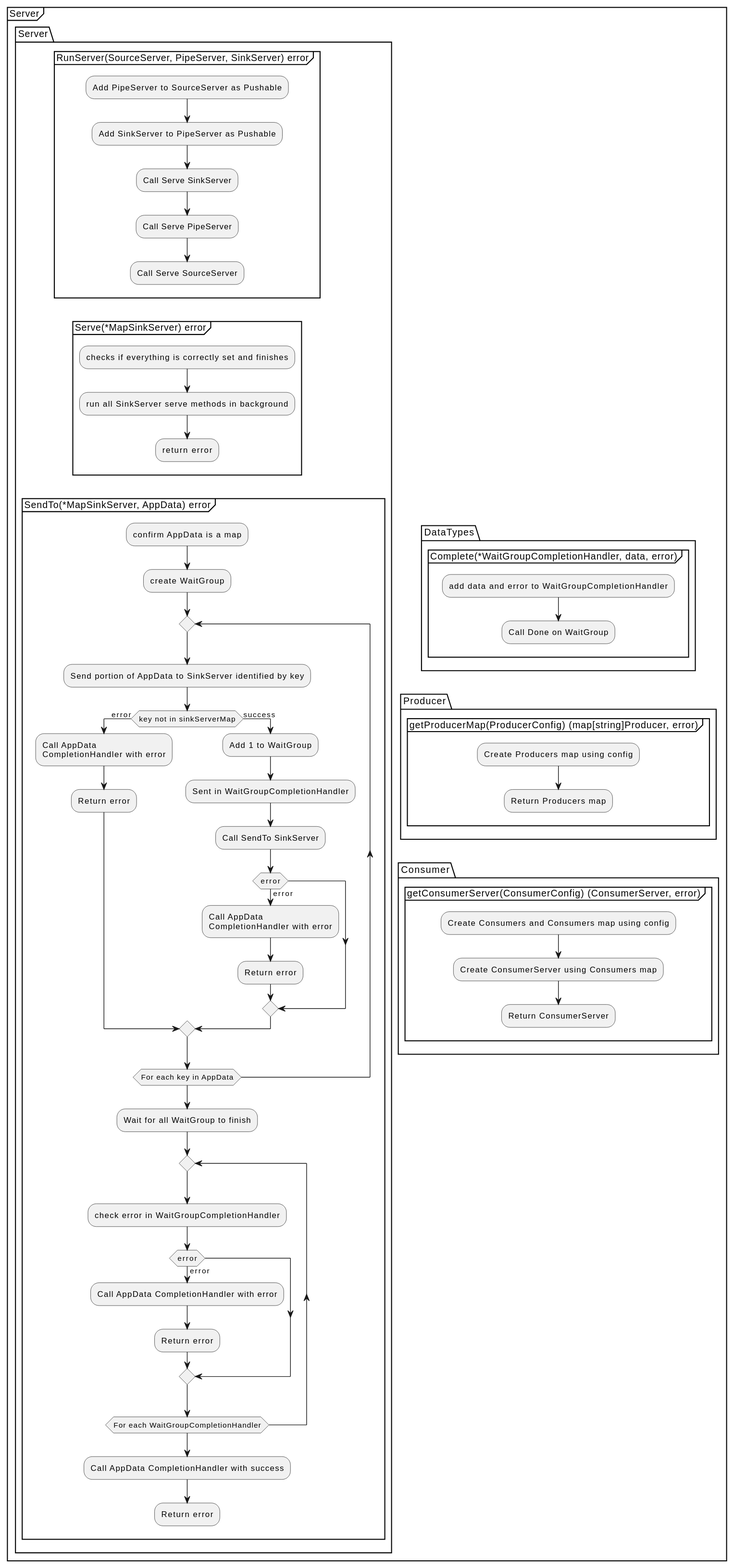
The PlantUML diagram docs/design_notes/DN1_JSON_Extractor/implementation_server.svg in xtuml/otel2pv, before a commit.
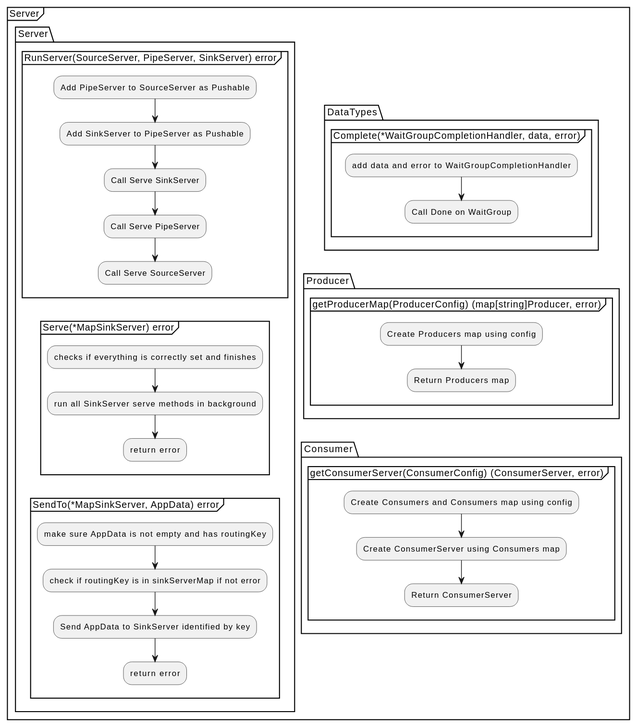
Later version of the same file.

The edit, as a diff of the source:
```diff
@@ -18,33 +18,10 @@
                 detach
             }
             group SendTo(*MapSinkServer, AppData) error {
-                :confirm AppData is a map;
-                :create WaitGroup;
-                repeat
-                    :Send portion of AppData to SinkServer identified by key;
-                    if (key not in sinkServerMap) then (error)
-                        :Call AppData\nCompletionHandler with error;
-                        :Return error;
-                    else (success)
-                        :Add 1 to WaitGroup;
-                        :Sent in WaitGroupCompletionHandler;
-                        :Call SendTo SinkServer;
-                        if (error) then (error)
-                            :Call AppData\nCompletionHandler with error;
-                            :Return error;
-                        endif
-                    endif
-                repeat while (For each key in AppData);
-                :Wait for all WaitGroup to finish;
-                repeat
-                    :check error in WaitGroupCompletionHandler;
-                    if (error) then (error)
-                        :Call AppData CompletionHandler with error;
-                        :Return error;
-                    endif
-                repeat while (For each WaitGroupCompletionHandler)
-                :Call AppData CompletionHandler with success;
-                :Return error;
+                :make sure AppData is not empty and has routingKey;
+                :check if routingKey is in sinkServerMap if not error;
+                :Send AppData to SinkServer identified by key;
+                :return error;
                 detach
             }
         }
```
